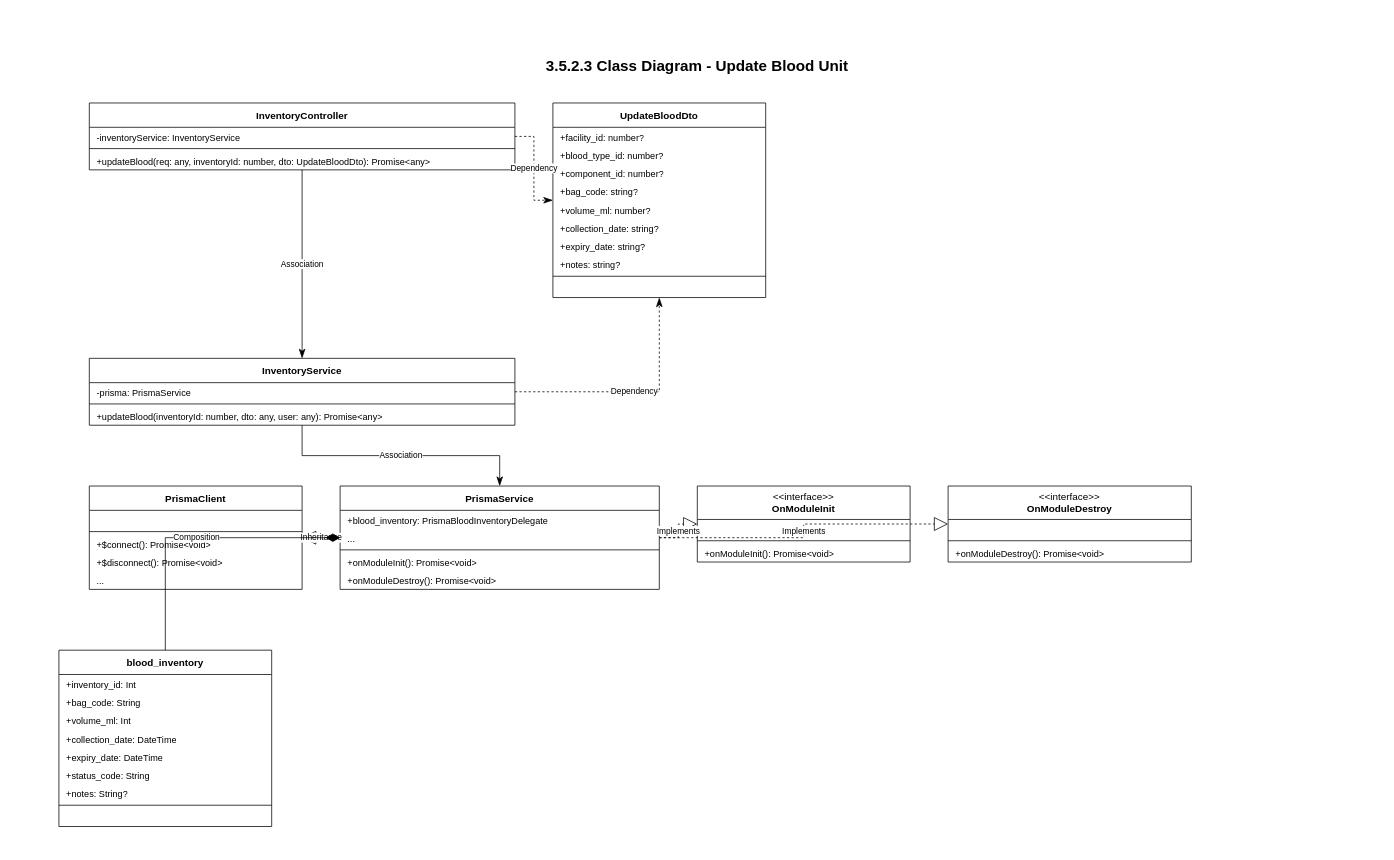
Earlier version of the draw.io diagram page "Update Blood Unit" (4 of 6) of inventory_all_class_diagrams.drawio (CuongBC195/class-diagram-donation-blood). Source tidied: cells renumbered, new cells numbered last; positions are measured from the earlier drawing's top-left corner, leaving out a move shared by most shapes. Both pictures are drawn from the tidied source at 76%, with x=0, y=0 at pixel (13, 49).
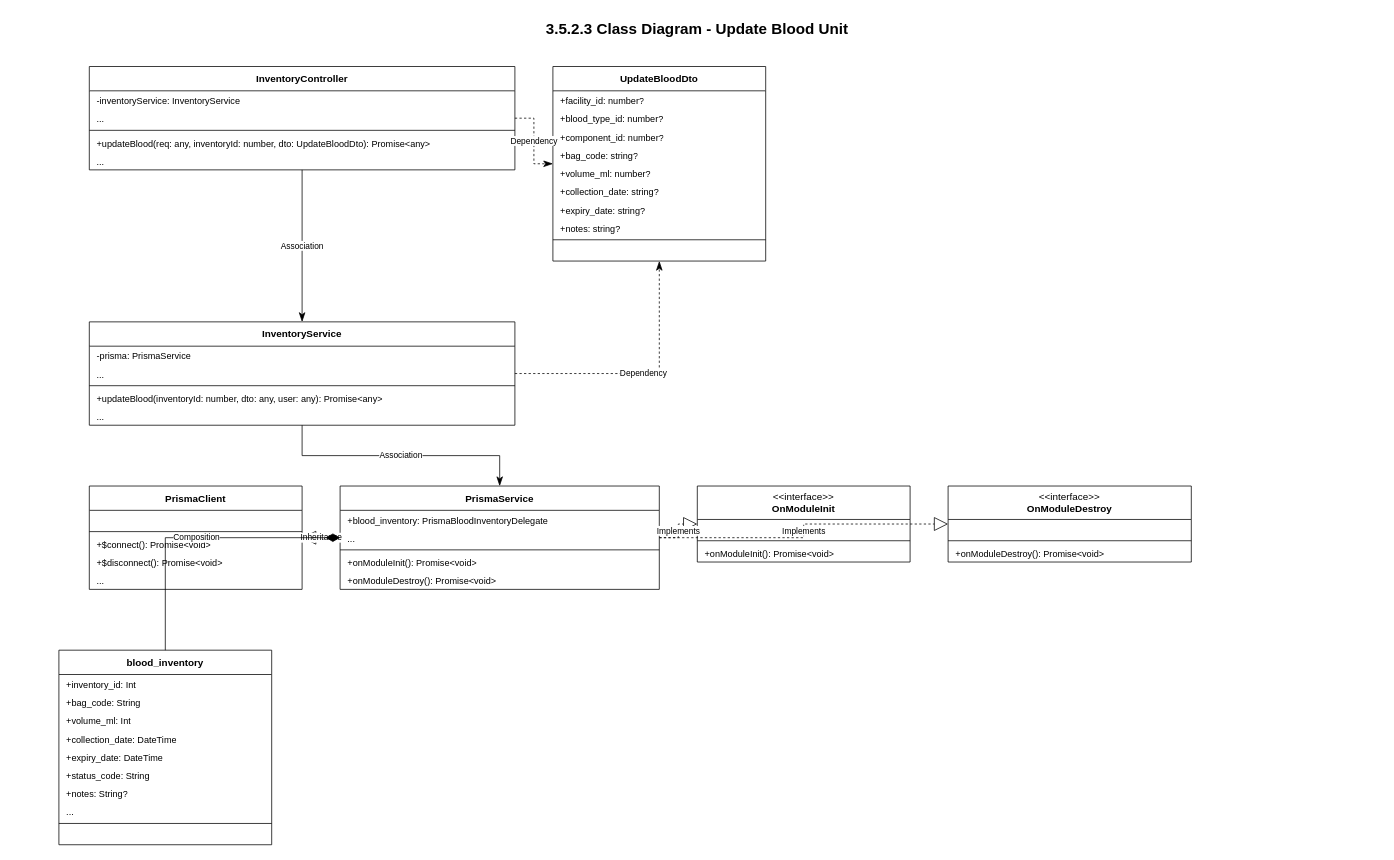
The same diagram, later.

Change to the diagram source:
```diff
@@
     <mxCell id="2" value="3.5.2.3 Class Diagram - Update Blood Unit" style="text;html=1;strokeColor=none;fillColor=none;align=center;verticalAlign=middle;whiteSpace=wrap;rounded=0;fontFamily=Arial;fontSize=20;fontStyle=1;fontColor=#000000;" parent="1" vertex="1">
-      <mxGeometry width="1800" height="40" as="geometry" />
+      <mxGeometry y="-48" width="1800" height="40" as="geometry" />
     </mxCell>
     <mxCell id="3" value="&lt;b&gt;InventoryController&lt;/b&gt;" style="swimlane;fontStyle=0;horizontal=1;startSize=32;whiteSpace=wrap;html=1;fillColor=#ffffff;strokeColor=#000000;swimlaneFillColor=#ffffff;fontColor=#000000;fontFamily=Arial;fontSize=13;" parent="1" vertex="1">
-      <mxGeometry x="100" y="70" width="560" height="88" as="geometry" />
+      <mxGeometry x="100" y="22" width="560" height="136" as="geometry" />
     </mxCell>
@@
+    <mxCell id="60" value="..." style="text;strokeColor=none;fillColor=none;align=left;verticalAlign=top;spacingLeft=8;spacingRight=8;overflow=hidden;whiteSpace=wrap;html=1;fontFamily=Arial;fontSize=12;fontColor=#000000;" parent="3" vertex="1">
+      <mxGeometry y="56" width="560" height="24" as="geometry" />
+    </mxCell>
     <mxCell id="5" style="line;strokeWidth=1;fillColor=none;strokeColor=#000000;align=left;verticalAlign=middle;" parent="3" vertex="1">
-      <mxGeometry y="56" width="560" height="8" as="geometry" />
+      <mxGeometry y="80" width="560" height="8" as="geometry" />
     </mxCell>
     <mxCell id="6" value="+updateBlood(req: any, inventoryId: number, dto: UpdateBloodDto): Promise&amp;lt;any&amp;gt;" style="text;strokeColor=none;fillColor=none;align=left;verticalAlign=top;spacingLeft=8;spacingRight=8;overflow=hidden;whiteSpace=wrap;html=1;fontFamily=Arial;fontSize=12;fontColor=#000000;" parent="3" vertex="1">
-      <mxGeometry y="64" width="560" height="24" as="geometry" />
+      <mxGeometry y="88" width="560" height="24" as="geometry" />
     </mxCell>
+    <mxCell id="61" value="..." style="text;strokeColor=none;fillColor=none;align=left;verticalAlign=top;spacingLeft=8;spacingRight=8;overflow=hidden;whiteSpace=wrap;html=1;fontFamily=Arial;fontSize=12;fontColor=#000000;" parent="3" vertex="1">
+      <mxGeometry y="112" width="560" height="24" as="geometry" />
+    </mxCell>
     <mxCell id="7" value="&lt;b&gt;UpdateBloodDto&lt;/b&gt;" style="swimlane;fontStyle=0;horizontal=1;startSize=32;whiteSpace=wrap;html=1;fillColor=#ffffff;strokeColor=#000000;swimlaneFillColor=#ffffff;fontColor=#000000;fontFamily=Arial;fontSize=13;" parent="1" vertex="1">
-      <mxGeometry x="710" y="70" width="280" height="256" as="geometry" />
+      <mxGeometry x="710" y="22" width="280" height="256" as="geometry" />
     </mxCell>
@@
     <mxCell id="18" value="&lt;b&gt;InventoryService&lt;/b&gt;" style="swimlane;fontStyle=0;horizontal=1;startSize=32;whiteSpace=wrap;html=1;fillColor=#ffffff;strokeColor=#000000;swimlaneFillColor=#ffffff;fontColor=#000000;fontFamily=Arial;fontSize=13;" parent="1" vertex="1">
-      <mxGeometry x="100" y="406" width="560" height="88" as="geometry" />
+      <mxGeometry x="100" y="358" width="560" height="136" as="geometry" />
     </mxCell>
@@
+    <mxCell id="62" value="..." style="text;strokeColor=none;fillColor=none;align=left;verticalAlign=top;spacingLeft=8;spacingRight=8;overflow=hidden;whiteSpace=wrap;html=1;fontFamily=Arial;fontSize=12;fontColor=#000000;" parent="18" vertex="1">
+      <mxGeometry y="56" width="560" height="24" as="geometry" />
+    </mxCell>
     <mxCell id="20" style="line;strokeWidth=1;fillColor=none;strokeColor=#000000;align=left;verticalAlign=middle;" parent="18" vertex="1">
-      <mxGeometry y="56" width="560" height="8" as="geometry" />
+      <mxGeometry y="80" width="560" height="8" as="geometry" />
     </mxCell>
     <mxCell id="21" value="+updateBlood(inventoryId: number, dto: any, user: any): Promise&amp;lt;any&amp;gt;" style="text;strokeColor=none;fillColor=none;align=left;verticalAlign=top;spacingLeft=8;spacingRight=8;overflow=hidden;whiteSpace=wrap;html=1;fontFamily=Arial;fontSize=12;fontColor=#000000;" parent="18" vertex="1">
-      <mxGeometry y="64" width="560" height="24" as="geometry" />
+      <mxGeometry y="88" width="560" height="24" as="geometry" />
     </mxCell>
+    <mxCell id="63" value="..." style="text;strokeColor=none;fillColor=none;align=left;verticalAlign=top;spacingLeft=8;spacingRight=8;overflow=hidden;whiteSpace=wrap;html=1;fontFamily=Arial;fontSize=12;fontColor=#000000;" parent="18" vertex="1">
+      <mxGeometry y="112" width="560" height="24" as="geometry" />
+    </mxCell>
@@
     <mxCell id="42" value="&lt;b&gt;blood_inventory&lt;/b&gt;" style="swimlane;fontStyle=0;horizontal=1;startSize=32;whiteSpace=wrap;html=1;fillColor=#ffffff;strokeColor=#000000;swimlaneFillColor=#ffffff;fontColor=#000000;fontFamily=Arial;fontSize=13;" parent="1" vertex="1">
-      <mxGeometry x="60" y="790" width="280" height="232" as="geometry" />
+      <mxGeometry x="60" y="790" width="280" height="256" as="geometry" />
     </mxCell>
@@
+    <mxCell id="64" value="..." style="text;strokeColor=none;fillColor=none;align=left;verticalAlign=top;spacingLeft=8;spacingRight=8;overflow=hidden;whiteSpace=wrap;html=1;fontFamily=Arial;fontSize=12;fontColor=#000000;" parent="42" vertex="1">
+      <mxGeometry y="200" width="280" height="24" as="geometry" />
+    </mxCell>
     <mxCell id="50" style="line;strokeWidth=1;fillColor=none;strokeColor=#000000;align=left;verticalAlign=middle;" parent="42" vertex="1">
-      <mxGeometry y="200" width="280" height="8" as="geometry" />
+      <mxGeometry y="224" width="280" height="8" as="geometry" />
     </mxCell>
     <mxCell id="51" value=" " style="text;strokeColor=none;fillColor=none;align=left;verticalAlign=top;spacingLeft=8;spacingRight=8;overflow=hidden;whiteSpace=wrap;html=1;fontFamily=Arial;fontSize=12;fontColor=#000000;" parent="42" vertex="1">
-      <mxGeometry y="208" width="280" height="24" as="geometry" />
+      <mxGeometry y="232" width="280" height="24" as="geometry" />
     </mxCell>
```
